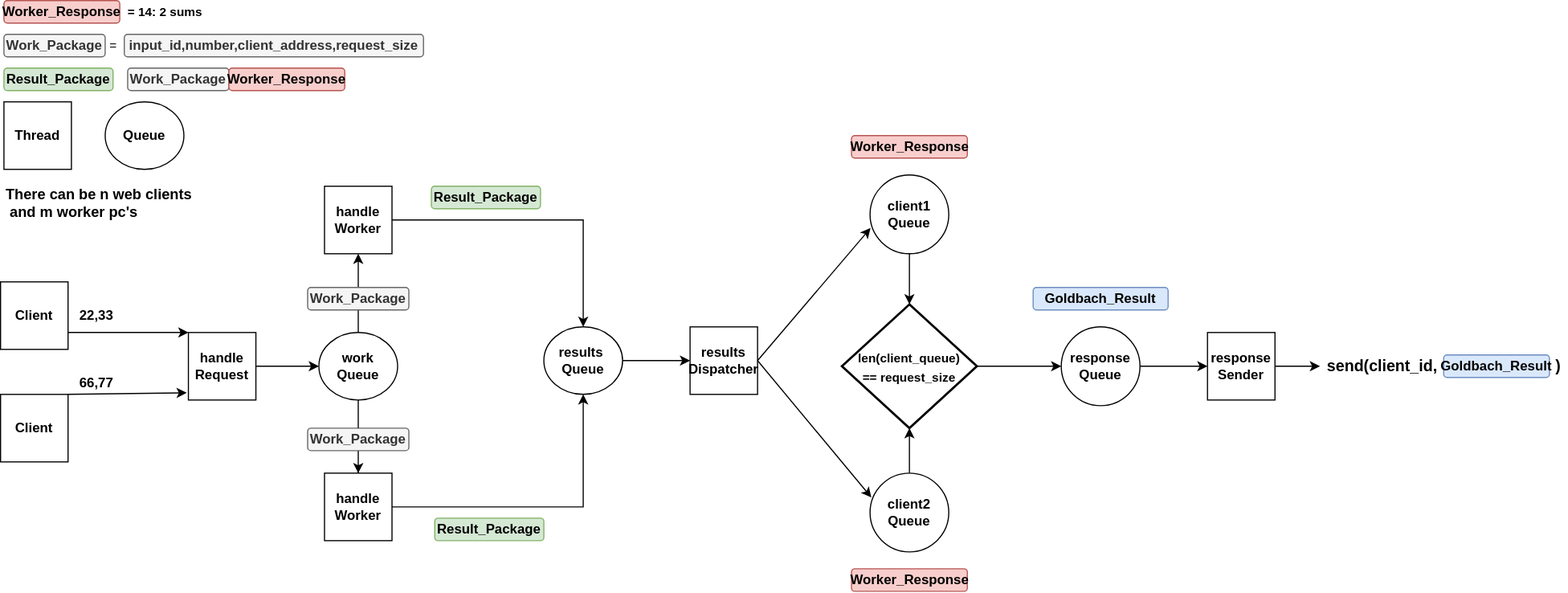
Above: goldbach_server/design/goldbach_server_design.svg in LeonelCamposM/Goldbach-sConjecture (draw.io), before the change. Source tidied: cells renumbered, new cells last; positions are measured from the earlier drawing's top-left corner, leaving out a move shared by most shapes.
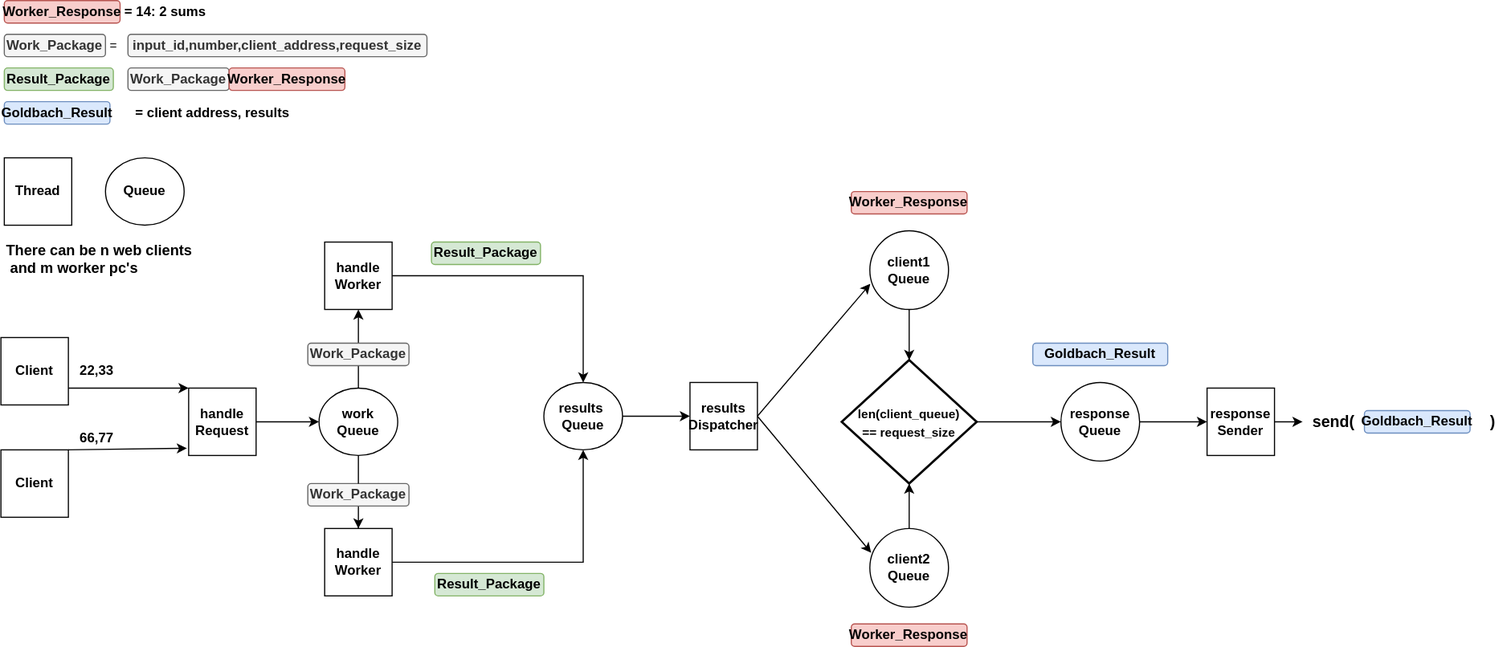
Above is the later version.

Diff of the diagram source:
```diff
@@ -84,7 +84,7 @@
       <mxGeometry x="3" y="160" width="180" height="40" as="geometry" />
     </mxCell>
     <mxCell id="29" value="&lt;b&gt;input_id,number,client_address,request_size&lt;/b&gt;" style="rounded=1;whiteSpace=wrap;html=1;fillColor=#f5f5f5;strokeColor=#666666;fontColor=#333333;" parent="1" vertex="1">
-      <mxGeometry x="110" y="30" width="266" height="20" as="geometry" />
+      <mxGeometry x="113" y="-20" width="266" height="20" as="geometry" />
     </mxCell>
     <mxCell id="30" value="&lt;b&gt;Work_Package&lt;/b&gt;" style="rounded=1;whiteSpace=wrap;html=1;fillColor=#f5f5f5;strokeColor=#666666;fontColor=#333333;" parent="1" vertex="1">
       <mxGeometry x="273" y="255" width="90" height="20" as="geometry" />
@@ -96,10 +96,10 @@
       <mxGeometry relative="1" as="geometry" />
     </mxCell>
     <mxCell id="33" value="&lt;b&gt;Work_Package&lt;/b&gt;" style="rounded=1;whiteSpace=wrap;html=1;fillColor=#f5f5f5;strokeColor=#666666;fontColor=#333333;" parent="1" vertex="1">
-      <mxGeometry x="3" y="30" width="90" height="20" as="geometry" />
+      <mxGeometry x="3" y="-20" width="90" height="20" as="geometry" />
     </mxCell>
     <mxCell id="34" value="&lt;b&gt;Result_Package&lt;/b&gt;" style="rounded=1;whiteSpace=wrap;html=1;fillColor=#d5e8d4;strokeColor=#82b366;" parent="1" vertex="1">
-      <mxGeometry x="3" y="60" width="97" height="20" as="geometry" />
+      <mxGeometry x="3" y="10" width="97" height="20" as="geometry" />
     </mxCell>
     <mxCell id="35" value="&lt;b&gt;Result_Package&lt;/b&gt;" style="rounded=1;whiteSpace=wrap;html=1;fillColor=#d5e8d4;strokeColor=#82b366;" parent="1" vertex="1">
       <mxGeometry x="383" y="165" width="97" height="20" as="geometry" />
@@ -114,7 +114,7 @@
       <mxGeometry x="943" y="290" width="70" height="70" as="geometry" />
     </mxCell>
     <mxCell id="39" value="&lt;b&gt;Work_Package&lt;/b&gt;" style="rounded=1;whiteSpace=wrap;html=1;fillColor=#f5f5f5;strokeColor=#666666;fontColor=#333333;" parent="1" vertex="1">
-      <mxGeometry x="113" y="60" width="90" height="20" as="geometry" />
+      <mxGeometry x="113" y="10" width="90" height="20" as="geometry" />
     </mxCell>
     <mxCell id="40" value="&lt;b&gt;Goldbach_Result&lt;/b&gt;" style="rounded=1;whiteSpace=wrap;html=1;fillColor=#dae8fc;strokeColor=#6c8ebf;" parent="1" vertex="1">
       <mxGeometry x="918" y="255" width="120" height="20" as="geometry" />
@@ -128,11 +128,11 @@
     <mxCell id="43" value="&lt;b&gt;response&lt;br&gt;Sender&lt;br&gt;&lt;/b&gt;" style="whiteSpace=wrap;html=1;" parent="1" vertex="1">
       <mxGeometry x="1073" y="295" width="60" height="60" as="geometry" />
     </mxCell>
-    <mxCell id="44" value="&lt;b&gt;&lt;font style=&quot;font-size: 14px&quot;&gt;send(client_id,&amp;nbsp; &amp;nbsp; &amp;nbsp; &amp;nbsp; &amp;nbsp; &amp;nbsp; &amp;nbsp; &amp;nbsp; &amp;nbsp; &amp;nbsp; &amp;nbsp; &amp;nbsp; &amp;nbsp; &amp;nbsp;)&lt;/font&gt;&lt;/b&gt;" style="text;html=1;align=center;verticalAlign=middle;points=[];strokeColor=none;fillColor=none;" parent="1" vertex="1">
-      <mxGeometry x="1173" y="315" width="220" height="20" as="geometry" />
+    <mxCell id="44" value="&lt;b&gt;&lt;font style=&quot;font-size: 14px&quot;&gt;send(&amp;nbsp; &amp;nbsp; &amp;nbsp; &amp;nbsp; &amp;nbsp; &amp;nbsp; &amp;nbsp; &amp;nbsp; &amp;nbsp; &amp;nbsp; &amp;nbsp; &amp;nbsp; &amp;nbsp; &amp;nbsp; &amp;nbsp; &amp;nbsp;)&lt;/font&gt;&lt;/b&gt;" style="text;html=1;align=center;verticalAlign=middle;points=[];strokeColor=none;fillColor=none;" parent="1" vertex="1">
+      <mxGeometry x="1158" y="315" width="180" height="20" as="geometry" />
     </mxCell>
     <mxCell id="45" value="&lt;b&gt;Goldbach_Result&lt;/b&gt;" style="rounded=1;whiteSpace=wrap;html=1;fillColor=#dae8fc;strokeColor=#6c8ebf;" parent="1" vertex="1">
-      <mxGeometry x="1283" y="315" width="94" height="20" as="geometry" />
+      <mxGeometry x="1213" y="315" width="94" height="20" as="geometry" />
     </mxCell>
     <mxCell id="46" value="&lt;b&gt;Worker_Response&lt;/b&gt;" style="rounded=1;whiteSpace=wrap;html=1;fillColor=#f8cecc;strokeColor=#b85450;" parent="1" vertex="1">
       <mxGeometry x="756.5" y="505" width="103" height="20" as="geometry" />
@@ -143,17 +143,23 @@
     <mxCell id="48" value="&lt;font style=&quot;font-size: 11px&quot;&gt;&lt;b&gt;len(client_queue)&lt;br&gt;== request_size&lt;/b&gt;&lt;/font&gt;" style="strokeWidth=2;html=1;shape=mxgraph.flowchart.decision;whiteSpace=wrap;fontSize=14;" parent="1" vertex="1">
       <mxGeometry x="748" y="270" width="120" height="110" as="geometry" />
     </mxCell>
-    <mxCell id="49" value="&lt;b&gt;= 14: 2 sums&lt;/b&gt;" style="text;html=1;align=center;verticalAlign=middle;strokeColor=none;fillColor=none;fontSize=11;" parent="1" vertex="1">
-      <mxGeometry x="106" width="80" height="20" as="geometry" />
+    <mxCell id="49" value="&lt;b&gt;&lt;font style=&quot;font-size: 12px&quot;&gt;= 14: 2 sums&lt;/font&gt;&lt;/b&gt;" style="text;html=1;align=center;verticalAlign=middle;strokeColor=none;fillColor=none;fontSize=11;" parent="1" vertex="1">
+      <mxGeometry x="101" y="-50" width="90" height="20" as="geometry" />
     </mxCell>
     <mxCell id="50" value="=" style="text;html=1;align=center;verticalAlign=middle;strokeColor=none;fillColor=none;fontSize=11;" parent="1" vertex="1">
-      <mxGeometry x="90" y="30" width="20" height="20" as="geometry" />
+      <mxGeometry x="90" y="-20" width="20" height="20" as="geometry" />
     </mxCell>
     <mxCell id="51" value="&lt;b&gt;Worker_Response&lt;/b&gt;" style="rounded=1;whiteSpace=wrap;html=1;fillColor=#f8cecc;strokeColor=#b85450;" parent="1" vertex="1">
-      <mxGeometry x="203" y="60" width="103" height="20" as="geometry" />
+      <mxGeometry x="203" y="10" width="103" height="20" as="geometry" />
     </mxCell>
     <mxCell id="52" value="&lt;b&gt;Worker_Response&lt;/b&gt;" style="rounded=1;whiteSpace=wrap;html=1;fillColor=#f8cecc;strokeColor=#b85450;" parent="1" vertex="1">
-      <mxGeometry x="3" width="103" height="20" as="geometry" />
+      <mxGeometry x="3" y="-50" width="103" height="20" as="geometry" />
     </mxCell>
+    <mxCell id="53" value="&lt;b&gt;Goldbach_Result&lt;/b&gt;" style="rounded=1;whiteSpace=wrap;html=1;fillColor=#dae8fc;strokeColor=#6c8ebf;" parent="1" vertex="1">
+      <mxGeometry x="3" y="40" width="94" height="20" as="geometry" />
+    </mxCell>
+    <mxCell id="54" value="&lt;b&gt;&lt;font style=&quot;font-size: 12px&quot;&gt;= client address, results&lt;/font&gt;&lt;/b&gt;" style="text;html=1;align=center;verticalAlign=middle;strokeColor=none;fillColor=none;fontSize=11;" parent="1" vertex="1">
+      <mxGeometry x="113" y="40" width="150" height="20" as="geometry" />
+    </mxCell>
   </root>
 </mxGraphModel>
```
